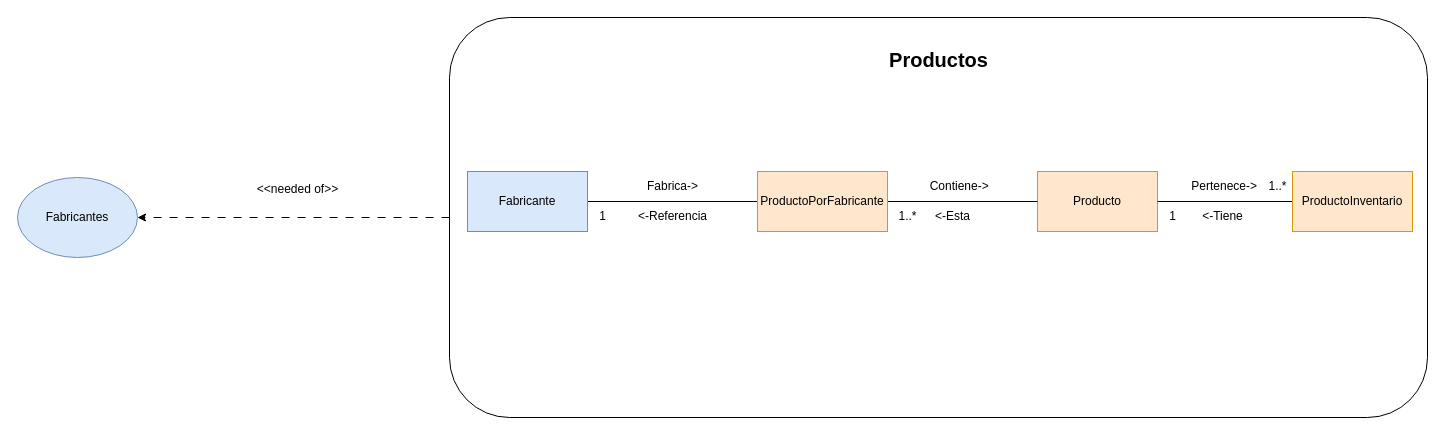
cristianospina/DOO keeps this draw.io diagram as page "4.2 Productos-ModeloDominioAcotado" (5 of 12) of SpaOnline/ModeloDominioSpa.drawio. Above is the earlier version. Source tidied: cells renumbered, new cells numbered last; positions are measured from the earlier drawing's top-left corner, leaving out a move shared by most shapes. Both pictures are drawn from the tidied source at 100%, with x=0, y=0 at pixel (17, 17).
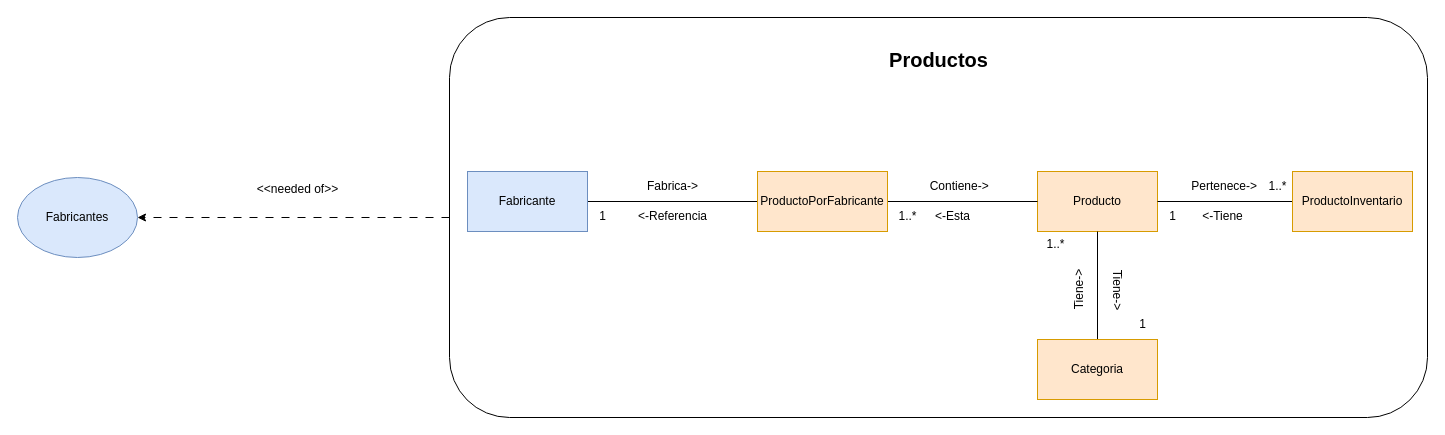
The same page after the edit.

The change refers to these unchanged cells:
```xml
<mxCell id="5" value="Producto" style="rounded=0;whiteSpace=wrap;html=1;fillColor=#ffe6cc;strokeColor=#d79b00;" parent="1" vertex="1">
  <mxGeometry x="1020" y="154" width="120" height="60" as="geometry" />
</mxCell>
```

What changed in the source:
```diff
@@
+    <mxCell id="24" style="edgeStyle=orthogonalEdgeStyle;rounded=0;jettySize=auto;html=1;endArrow=none;endFill=0;" parent="1" edge="1" source="25" target="5">
+      <mxGeometry relative="1" as="geometry" />
+    </mxCell>
+    <mxCell id="25" value="Categoria" style="rounded=0;whiteSpace=wrap;html=1;fillColor=#ffe6cc;strokeColor=#d79b00;" parent="1" vertex="1">
+      <mxGeometry x="1020" y="322" width="120" height="60" as="geometry" />
+    </mxCell>
+    <mxCell id="26" value="Tiene-&amp;gt;" style="text;html=1;align=center;verticalAlign=middle;strokeColor=none;fillColor=none;rotation=-90;" parent="1" vertex="1">
+      <mxGeometry x="1032" y="260" width="59" height="26" as="geometry" />
+    </mxCell>
+    <mxCell id="27" value="Tiene-&amp;gt;" style="text;html=1;align=center;verticalAlign=middle;strokeColor=none;fillColor=none;rotation=90;" parent="1" vertex="1">
+      <mxGeometry x="1070" y="259" width="59" height="26" as="geometry" />
+    </mxCell>
+    <mxCell id="28" value="1" style="text;html=1;align=center;verticalAlign=middle;strokeColor=none;fillColor=none;" parent="1" vertex="1">
+      <mxGeometry x="1112" y="294" width="25" height="26" as="geometry" />
+    </mxCell>
+    <mxCell id="29" value="1..*" style="text;html=1;align=center;verticalAlign=middle;strokeColor=none;fillColor=none;" parent="1" vertex="1">
+      <mxGeometry x="1020" y="214" width="36" height="26" as="geometry" />
+    </mxCell>
```
